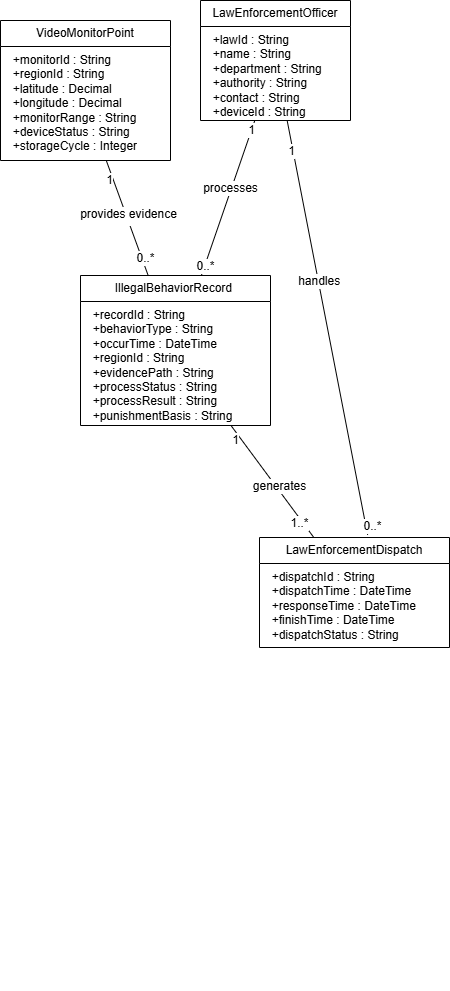
Earlier version of the draw.io export docs/UML/law_enforcement/law_enforcement_uml_class_diagram.png (ziawerquart/national-park-management-system). Source tidied: cells renumbered, new cells last; positions are measured from the earlier drawing's top-left corner, leaving out a move shared by most shapes.
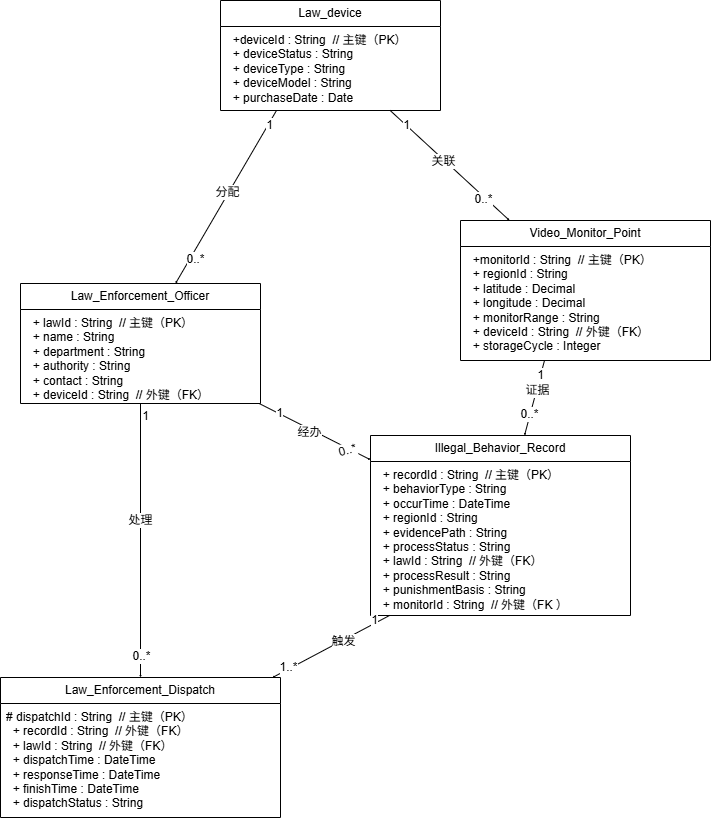
Later version of the same file.

The edit, as a diff of the source:
```diff
@@ -2,90 +2,125 @@
   <root>
     <mxCell id="0" />
     <mxCell id="1" parent="0" />
-    <mxCell id="2" style="edgeStyle=straight;curved=0;rounded=0;&#10;startArrow=none;endArrow=none;&#10;html=1;fontSize=12;" parent="1" edge="1" source="6" target="17">
-      <mxGeometry relative="1" as="geometry" />
-    </mxCell>
-    <mxCell id="3" value="1" style="edgeLabel;html=1;align=center;verticalAlign=middle;fontSize=12;" parent="2" vertex="1">
-      <mxGeometry x="-0.88" y="-1" relative="1" as="geometry" />
-    </mxCell>
-    <mxCell id="4" value="0..*" style="edgeLabel;html=1;align=center;verticalAlign=middle;fontSize=12;" parent="2" vertex="1">
-      <mxGeometry x="0.88" relative="1" as="geometry" />
-    </mxCell>
-    <mxCell id="5" value="processes" style="edgeLabel;html=1;align=center;verticalAlign=middle;fontSize=12;" parent="2" vertex="1">
-      <mxGeometry x="-0.13" y="-1" relative="1" as="geometry" />
-    </mxCell>
-    <mxCell id="6" value="&amp;nbsp;LawEnforcementOfficer&amp;nbsp;" style="swimlane;fontStyle=0;horizontal=1;startSize=26;fillColor=none;whiteSpace=wrap;html=1;" parent="1" vertex="1">
-      <mxGeometry x="200" width="150" height="120" as="geometry" />
-    </mxCell>
-    <mxCell id="7" value="&lt;div&gt;&amp;nbsp; +lawId : String&lt;/div&gt;&lt;div&gt;&amp;nbsp; +name : String&lt;/div&gt;&lt;div&gt;&amp;nbsp; +department : String&lt;/div&gt;&lt;div&gt;&amp;nbsp; +authority : String&lt;/div&gt;&lt;div&gt;&amp;nbsp; +contact : String&lt;/div&gt;&lt;div&gt;&amp;nbsp; +deviceId : String&lt;/div&gt;" style="text;strokeColor=none;fillColor=none;align=left;verticalAlign=top;spacingLeft=4;spacingRight=4;overflow=hidden;whiteSpace=wrap;html=1;" parent="6" vertex="1">
-      <mxGeometry y="26" width="150" height="94" as="geometry" />
-    </mxCell>
-    <mxCell id="8" value="VideoMonitorPoint" style="swimlane;fontStyle=0;horizontal=1;startSize=26;fillColor=none;whiteSpace=wrap;html=1;" parent="1" vertex="1">
-      <mxGeometry y="20" width="170" height="140" as="geometry" />
-    </mxCell>
-    <mxCell id="9" value="&lt;div&gt;&amp;nbsp; +monitorId : String&lt;/div&gt;&lt;div&gt;&amp;nbsp; +regionId : String&lt;/div&gt;&lt;div&gt;&amp;nbsp; +latitude : Decimal&lt;/div&gt;&lt;div&gt;&amp;nbsp; +longitude : Decimal&lt;/div&gt;&lt;div&gt;&amp;nbsp; +monitorRange : String&lt;/div&gt;&lt;div&gt;&amp;nbsp; +deviceStatus : String&lt;/div&gt;&lt;div&gt;&amp;nbsp; +storageCycle : Integer&lt;/div&gt;" style="text;strokeColor=none;fillColor=none;align=left;verticalAlign=top;spacingLeft=4;spacingRight=4;overflow=hidden;points=[[0,0.5],[1,0.5]];portConstraint=eastwest;whiteSpace=wrap;html=1;" parent="8" vertex="1">
-      <mxGeometry y="26" width="170" height="114" as="geometry" />
-    </mxCell>
-    <mxCell id="10" style="edgeStyle=straight;curved=0;rounded=0;&#10;startArrow=none;endArrow=none;&#10;html=1;fontSize=12;" parent="1" edge="1" source="12" target="17">
-      <mxGeometry relative="1" as="geometry" />
-    </mxCell>
-    <mxCell id="11" value="generates" style="edgeLabel;html=1;align=center;verticalAlign=middle;fontSize=12;" parent="10" vertex="1">
-      <mxGeometry x="-0.11" y="-2" relative="1" as="geometry" />
-    </mxCell>
-    <mxCell id="12" value="LawEnforcementDispatch" style="swimlane;fontStyle=0;horizontal=1;startSize=26;fillColor=none;whiteSpace=wrap;html=1;" parent="1" vertex="1">
-      <mxGeometry x="259" y="537" width="190" height="110" as="geometry" />
-    </mxCell>
-    <mxCell id="13" value="&lt;div&gt;&amp;nbsp; +dispatchId : String&lt;/div&gt;&lt;div&gt;&amp;nbsp; +dispatchTime : DateTime&lt;/div&gt;&lt;div&gt;&amp;nbsp; +responseTime : DateTime&lt;/div&gt;&lt;div&gt;&amp;nbsp; +finishTime : DateTime&lt;/div&gt;&lt;div&gt;&amp;nbsp; +dispatchStatus : String&lt;/div&gt;" style="text;strokeColor=none;fillColor=none;align=left;verticalAlign=top;spacingLeft=4;spacingRight=4;overflow=hidden;whiteSpace=wrap;html=1;" parent="12" vertex="1">
-      <mxGeometry y="26" width="190" height="84" as="geometry" />
-    </mxCell>
-    <mxCell id="14" style="edgeStyle=straight;curved=0;rounded=0;&#10;startArrow=none;endArrow=none;&#10;html=1;fontSize=12;" parent="1" edge="1" source="17" target="9">
-      <mxGeometry relative="1" as="geometry" />
-    </mxCell>
-    <mxCell id="15" value="Text" style="edgeLabel;html=1;align=center;verticalAlign=middle;fontSize=12;" parent="14" vertex="1">
-      <mxGeometry x="-0.01" y="-2" relative="1" as="geometry" />
-    </mxCell>
-    <mxCell id="16" value="provides evidence" style="edgeLabel;html=1;align=center;verticalAlign=middle;fontSize=12;" parent="14" vertex="1">
-      <mxGeometry x="0.06" y="-2" relative="1" as="geometry" />
-    </mxCell>
-    <mxCell id="17" value="IllegalBehaviorRecord&amp;nbsp;" style="swimlane;fontStyle=0;horizontal=1;startSize=26;fillColor=none;whiteSpace=wrap;html=1;" parent="1" vertex="1">
-      <mxGeometry x="80" y="275" width="190" height="150" as="geometry" />
-    </mxCell>
-    <mxCell id="18" value="&lt;div&gt;&amp;nbsp; +recordId : String&lt;/div&gt;&lt;div&gt;&amp;nbsp; +behaviorType : String&lt;/div&gt;&lt;div&gt;&amp;nbsp; +occurTime : DateTime&lt;/div&gt;&lt;div&gt;&amp;nbsp; +regionId : String&lt;/div&gt;&lt;div&gt;&amp;nbsp; +evidencePath : String&lt;/div&gt;&lt;div&gt;&amp;nbsp; +processStatus : String&lt;/div&gt;&lt;div&gt;&amp;nbsp; +processResult : String&lt;/div&gt;&lt;div&gt;&amp;nbsp; +punishmentBasis : String&lt;/div&gt;" style="text;strokeColor=none;fillColor=none;align=left;verticalAlign=top;spacingLeft=4;spacingRight=4;overflow=hidden;whiteSpace=wrap;html=1;" parent="17" vertex="1">
-      <mxGeometry y="26" width="190" height="124" as="geometry" />
-    </mxCell>
-    <mxCell id="19" style="edgeStyle=straight;curved=0;rounded=0;&#10;startArrow=none;endArrow=none;&#10;html=1;fontSize=12;entryX=0.569;entryY=-0.024;entryDx=0;entryDy=0;entryPerimeter=0;" parent="1" edge="1" source="6" target="12">
-      <mxGeometry relative="1" as="geometry" />
-    </mxCell>
-    <mxCell id="20" value="&amp;nbsp;handles" style="edgeLabel;html=1;align=center;verticalAlign=middle;fontSize=12;" parent="19" vertex="1">
-      <mxGeometry x="-0.23" y="-1" relative="1" as="geometry" />
-    </mxCell>
-    <mxCell id="21" value="1" style="edgeLabel;html=1;align=center;verticalAlign=middle;fontSize=12;" parent="1" vertex="1">
-      <mxGeometry x="290" y="150" as="geometry" />
-    </mxCell>
-    <mxCell id="22" value="1" style="edgeLabel;html=1;align=center;verticalAlign=middle;fontSize=12;" parent="1" vertex="1">
-      <mxGeometry x="290" y="130" as="geometry">
-        <mxPoint x="-182" y="49" as="offset" />
-      </mxGeometry>
-    </mxCell>
-    <mxCell id="23" value="1" style="edgeLabel;html=1;align=center;verticalAlign=middle;fontSize=12;" parent="1" vertex="1">
-      <mxGeometry x="260" y="230" as="geometry">
-        <mxPoint x="-26" y="209" as="offset" />
-      </mxGeometry>
-    </mxCell>
-    <mxCell id="24" value="0..*" style="edgeLabel;html=1;align=center;verticalAlign=middle;fontSize=12;" parent="1" vertex="1">
-      <mxGeometry x="310" y="410" as="geometry">
-        <mxPoint x="-166" y="-153" as="offset" />
-      </mxGeometry>
-    </mxCell>
+    <mxCell id="27" style="edgeStyle=none;curved=1;rounded=0;jettySize=auto;html=1;fontSize=12;startSize=0;endSize=0;" parent="1" edge="1" source="31" target="49">
+      <mxGeometry relative="1" as="geometry" />
+    </mxCell>
+    <mxCell id="28" value="1" style="edgeLabel;html=1;align=center;verticalAlign=middle;fontSize=12;" parent="27" vertex="1">
+      <mxGeometry x="-0.64" y="1" relative="1" as="geometry" />
+    </mxCell>
+    <mxCell id="29" value="0..*" style="edgeLabel;html=1;align=center;verticalAlign=middle;fontSize=12;rotation=-15;" parent="27" vertex="1">
+      <mxGeometry x="0.23" y="1" relative="1" as="geometry">
+        <mxPoint x="19" y="13" as="offset" />
+      </mxGeometry>
+    </mxCell>
+    <mxCell id="30" value="经办" style="edgeLabel;html=1;align=center;verticalAlign=middle;fontSize=12;" parent="27" vertex="1">
+      <mxGeometry x="-0.08" y="-3" relative="1" as="geometry" />
+    </mxCell>
+    <mxCell id="31" value="Law_Enforcement_Officer" style="swimlane;fontStyle=0;horizontal=1;startSize=26;fillColor=none;whiteSpace=wrap;html=1;" parent="1" vertex="1">
+      <mxGeometry x="-150" y="143" width="240" height="120" as="geometry" />
+    </mxCell>
+    <mxCell id="32" value="&lt;div&gt;&amp;nbsp; + lawId : String&amp;nbsp; // 主键（PK）&lt;/div&gt;&lt;div&gt;&amp;nbsp; + name : String&lt;/div&gt;&lt;div&gt;&amp;nbsp; + department : String&lt;/div&gt;&lt;div&gt;&amp;nbsp; + authority : String&lt;/div&gt;&lt;div&gt;&amp;nbsp; + contact : String&lt;/div&gt;&lt;div&gt;&amp;nbsp; + deviceId : String&amp;nbsp; // 外键（FK）&lt;/div&gt;&lt;div&gt;&lt;br&gt;&lt;/div&gt;" style="text;strokeColor=none;fillColor=none;align=left;verticalAlign=top;spacingLeft=4;spacingRight=4;overflow=hidden;whiteSpace=wrap;html=1;" parent="31" vertex="1">
+      <mxGeometry y="26" width="240" height="94" as="geometry" />
+    </mxCell>
+    <mxCell id="33" style="edgeStyle=none;curved=1;rounded=0;jettySize=auto;html=1;fontSize=12;startSize=0;endSize=0;" parent="1" edge="1" target="31">
+      <mxGeometry relative="1" as="geometry">
+        <mxPoint x="106" y="-30" as="sourcePoint" />
+      </mxGeometry>
+    </mxCell>
+    <mxCell id="34" value="1" style="edgeLabel;html=1;align=center;verticalAlign=middle;fontSize=12;" parent="33" vertex="1">
+      <mxGeometry x="-0.84" y="1" relative="1" as="geometry" />
+    </mxCell>
+    <mxCell id="35" value="0..*" style="edgeLabel;html=1;align=center;verticalAlign=middle;fontSize=12;" parent="33" vertex="1">
+      <mxGeometry x="0.69" y="4" relative="1" as="geometry">
+        <mxPoint y="1" as="offset" />
+      </mxGeometry>
+    </mxCell>
+    <mxCell id="36" value="分配" style="edgeLabel;html=1;align=center;verticalAlign=middle;fontSize=12;" parent="33" vertex="1">
+      <mxGeometry x="-0.06" y="-2" relative="1" as="geometry" />
+    </mxCell>
+    <mxCell id="37" style="edgeStyle=none;curved=1;rounded=0;jettySize=auto;html=1;fontSize=12;startSize=0;endSize=0;" parent="1" edge="1" source="41" target="47">
+      <mxGeometry relative="1" as="geometry" />
+    </mxCell>
+    <mxCell id="38" value="1" style="edgeLabel;html=1;align=center;verticalAlign=middle;fontSize=12;" parent="37" vertex="1">
+      <mxGeometry x="-0.73" y="-1" relative="1" as="geometry">
+        <mxPoint y="-1" as="offset" />
+      </mxGeometry>
+    </mxCell>
+    <mxCell id="39" value="0..*" style="edgeLabel;html=1;align=center;verticalAlign=middle;fontSize=12;" parent="37" vertex="1">
+      <mxGeometry x="0.58" y="-2" relative="1" as="geometry" />
+    </mxCell>
+    <mxCell id="40" value="关联" style="edgeLabel;html=1;align=center;verticalAlign=middle;fontSize=12;" parent="37" vertex="1">
+      <mxGeometry x="-0.09" y="-2" relative="1" as="geometry">
+        <mxPoint y="-1" as="offset" />
+      </mxGeometry>
+    </mxCell>
+    <mxCell id="41" value="Law_device" style="swimlane;fontStyle=0;horizontal=1;startSize=26;fillColor=none;whiteSpace=wrap;html=1;" parent="1" vertex="1">
+      <mxGeometry x="50" y="-140" width="220" height="110" as="geometry" />
+    </mxCell>
+    <mxCell id="42" value="&lt;div&gt;&amp;nbsp; +deviceId : String&amp;nbsp; // 主键（PK）&lt;/div&gt;&lt;div&gt;&amp;nbsp; + deviceStatus : String&lt;/div&gt;&lt;div&gt;&amp;nbsp; + deviceType : String&lt;/div&gt;&lt;div&gt;&amp;nbsp; + deviceModel : String&lt;/div&gt;&lt;div&gt;&amp;nbsp; + purchaseDate : Date&lt;/div&gt;&lt;div&gt;&lt;br&gt;&lt;/div&gt;" style="text;strokeColor=none;fillColor=none;align=left;verticalAlign=top;spacingLeft=4;spacingRight=4;overflow=hidden;whiteSpace=wrap;html=1;" parent="41" vertex="1">
+      <mxGeometry y="26" width="220" height="84" as="geometry" />
+    </mxCell>
+    <mxCell id="43" style="edgeStyle=none;curved=1;rounded=0;jettySize=auto;html=1;fontSize=12;startSize=0;endSize=0;" parent="1" edge="1" target="49">
+      <mxGeometry relative="1" as="geometry">
+        <mxPoint x="374" y="220" as="sourcePoint" />
+      </mxGeometry>
+    </mxCell>
+    <mxCell id="44" value="1" style="edgeLabel;html=1;align=center;verticalAlign=middle;fontSize=12;" parent="43" vertex="1">
+      <mxGeometry x="-0.61" y="-1" relative="1" as="geometry" />
+    </mxCell>
+    <mxCell id="45" value="0..*" style="edgeLabel;html=1;align=center;verticalAlign=middle;fontSize=12;" parent="43" vertex="1">
+      <mxGeometry x="0.41" relative="1" as="geometry">
+        <mxPoint x="-1" as="offset" />
+      </mxGeometry>
+    </mxCell>
+    <mxCell id="46" value="证据" style="edgeLabel;html=1;align=center;verticalAlign=middle;fontSize=12;" parent="43" vertex="1">
+      <mxGeometry x="-0.2" relative="1" as="geometry" />
+    </mxCell>
+    <mxCell id="47" value="Video_Monitor_Point" style="swimlane;fontStyle=0;horizontal=1;startSize=26;fillColor=none;whiteSpace=wrap;html=1;" parent="1" vertex="1">
+      <mxGeometry x="290" y="80" width="250" height="140" as="geometry" />
+    </mxCell>
+    <mxCell id="48" value="&lt;div&gt;&amp;nbsp; +monitorId : String&amp;nbsp; // 主键（PK）&lt;/div&gt;&lt;div&gt;&amp;nbsp; + regionId : String&lt;/div&gt;&lt;div&gt;&amp;nbsp; + latitude : Decimal&lt;/div&gt;&lt;div&gt;&amp;nbsp; + longitude : Decimal&lt;/div&gt;&lt;div&gt;&amp;nbsp; + monitorRange : String&lt;/div&gt;&lt;div&gt;&amp;nbsp; + deviceId : String&amp;nbsp; // 外键（FK）&lt;/div&gt;&lt;div&gt;&amp;nbsp; + storageCycle : Integer&lt;/div&gt;&lt;div&gt;&lt;br&gt;&lt;/div&gt;" style="text;strokeColor=none;fillColor=none;align=left;verticalAlign=top;spacingLeft=4;spacingRight=4;overflow=hidden;whiteSpace=wrap;html=1;" parent="47" vertex="1">
+      <mxGeometry y="26" width="250" height="114" as="geometry" />
+    </mxCell>
+    <mxCell id="49" value="Illegal_Behavior_Record" style="swimlane;fontStyle=0;horizontal=1;startSize=26;fillColor=none;whiteSpace=wrap;html=1;" parent="1" vertex="1">
+      <mxGeometry x="200" y="295" width="260" height="180" as="geometry" />
+    </mxCell>
+    <mxCell id="50" value="&lt;div&gt;&amp;nbsp; + recordId : String&amp;nbsp; // 主键（PK）&lt;/div&gt;&lt;div&gt;&amp;nbsp; + behaviorType : String&lt;/div&gt;&lt;div&gt;&amp;nbsp; + occurTime : DateTime&lt;/div&gt;&lt;div&gt;&amp;nbsp; + regionId : String&lt;/div&gt;&lt;div&gt;&amp;nbsp; + evidencePath : String&lt;/div&gt;&lt;div&gt;&amp;nbsp; + processStatus : String&lt;/div&gt;&lt;div&gt;&amp;nbsp; + lawId : String&amp;nbsp; // 外键（FK）&lt;/div&gt;&lt;div&gt;&amp;nbsp; + processResult : String&lt;/div&gt;&lt;div&gt;&amp;nbsp; + punishmentBasis : String&lt;/div&gt;&lt;div&gt;&amp;nbsp; + monitorId : String&amp;nbsp; // 外键（FK ）&lt;/div&gt;&lt;div&gt;&lt;br&gt;&lt;/div&gt;" style="text;strokeColor=none;fillColor=none;align=left;verticalAlign=top;spacingLeft=4;spacingRight=4;overflow=hidden;whiteSpace=wrap;html=1;" parent="49" vertex="1">
+      <mxGeometry y="26" width="260" height="154" as="geometry" />
+    </mxCell>
+    <mxCell id="51" value="Law_Enforcement_Dispatch" style="swimlane;fontStyle=0;horizontal=1;startSize=26;fillColor=none;whiteSpace=wrap;html=1;" parent="1" vertex="1">
+      <mxGeometry x="-170" y="537" width="280" height="140" as="geometry" />
+    </mxCell>
+    <mxCell id="52" value="&lt;div&gt;# dispatchId : String&amp;nbsp; // 主键（PK）&lt;/div&gt;&lt;div&gt;&amp;nbsp; + recordId : String&amp;nbsp; // 外键（FK）&lt;/div&gt;&lt;div&gt;&amp;nbsp; + lawId : String&amp;nbsp; // 外键（FK）&lt;/div&gt;&lt;div&gt;&amp;nbsp; + dispatchTime : DateTime&lt;/div&gt;&lt;div&gt;&amp;nbsp; + responseTime : DateTime&lt;/div&gt;&lt;div&gt;&amp;nbsp; + finishTime : DateTime&lt;/div&gt;&lt;div&gt;&amp;nbsp; + dispatchStatus : String&lt;/div&gt;&lt;div&gt;&lt;br&gt;&lt;/div&gt;" style="text;strokeColor=none;fillColor=none;align=left;verticalAlign=top;spacingLeft=4;spacingRight=4;overflow=hidden;whiteSpace=wrap;html=1;" parent="51" vertex="1">
+      <mxGeometry y="26" width="280" height="114" as="geometry" />
+    </mxCell>
+    <mxCell id="53" style="edgeStyle=none;curved=1;rounded=0;jettySize=auto;html=1;fontSize=12;startSize=0;endSize=0;" parent="1" edge="1" source="31" target="51">
+      <mxGeometry relative="1" as="geometry" />
+    </mxCell>
+    <mxCell id="54" value="1" style="edgeLabel;html=1;align=center;verticalAlign=middle;fontSize=12;" parent="53" vertex="1">
+      <mxGeometry x="-0.92" y="4" relative="1" as="geometry" />
+    </mxCell>
+    <mxCell id="55" value="0..*" style="edgeLabel;html=1;align=center;verticalAlign=middle;fontSize=12;" parent="53" vertex="1">
+      <mxGeometry x="0.84" relative="1" as="geometry" />
+    </mxCell>
+    <mxCell id="56" value="处理" style="edgeLabel;html=1;align=center;verticalAlign=middle;fontSize=12;" parent="53" vertex="1">
+      <mxGeometry x="-0.15" y="-1" relative="1" as="geometry" />
+    </mxCell>
+    <mxCell id="57" style="edgeStyle=none;curved=1;rounded=0;jettySize=auto;html=1;fontSize=12;startSize=0;endSize=0;" parent="1" edge="1" target="51">
+      <mxGeometry relative="1" as="geometry">
+        <mxPoint x="219" y="475" as="sourcePoint" />
+      </mxGeometry>
+    </mxCell>
+    <mxCell id="58" value="1" style="edgeLabel;html=1;align=center;verticalAlign=middle;fontSize=12;" parent="57" vertex="1">
+      <mxGeometry x="-0.75" y="-2" relative="1" as="geometry">
+        <mxPoint y="-1" as="offset" />
+      </mxGeometry>
+    </mxCell>
-    <mxCell id="25" value="1..*" style="edgeLabel;html=1;align=center;verticalAlign=middle;fontSize=12;" parent="1" vertex="1">
-      <mxGeometry x="380" y="620" as="geometry">
-        <mxPoint x="-82" y="-98" as="offset" />
-      </mxGeometry>
+    <mxCell id="25" value="1..*" style="edgeLabel;html=1;align=center;verticalAlign=middle;fontSize=12;" parent="57" vertex="1">
+      <mxGeometry x="0.72" y="-2" relative="1" as="geometry" />
     </mxCell>
-    <mxCell id="26" value="0..*" style="edgeLabel;html=1;align=center;verticalAlign=middle;fontSize=12;" parent="1" vertex="1">
-      <mxGeometry x="310" y="990" as="geometry">
-        <mxPoint x="61" y="-465" as="offset" />
-      </mxGeometry>
-    </mxCell>
+    <mxCell id="59" value="触发" style="edgeLabel;html=1;align=center;verticalAlign=middle;fontSize=12;" parent="57" vertex="1">
+      <mxGeometry x="-0.2" y="1" relative="1" as="geometry" />
+    </mxCell>
   </root>
 </mxGraphModel>
```
